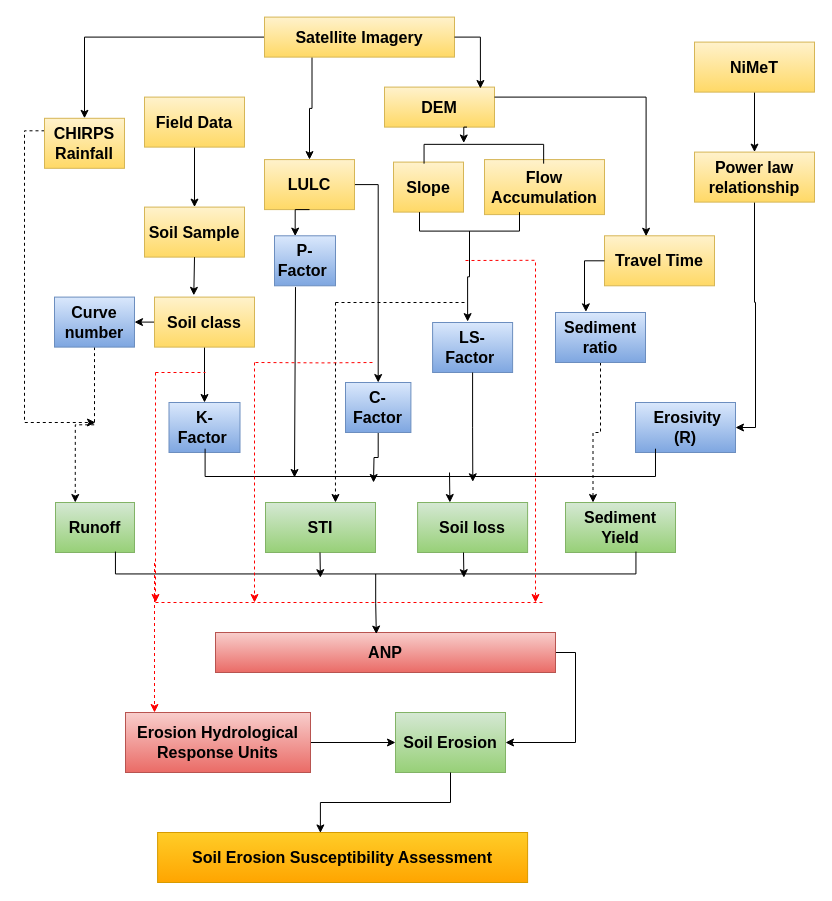
yemioke/PRISMA2020 keeps this draw.io diagram as objective 1.drawio. Above is the earlier version. Source tidied: cells renumbered, new cells numbered last; positions are measured from the earlier drawing's top-left corner, leaving out a move shared by most shapes. Both pictures are drawn from the tidied source at 100%, with x=0, y=0 at pixel (24, 17).
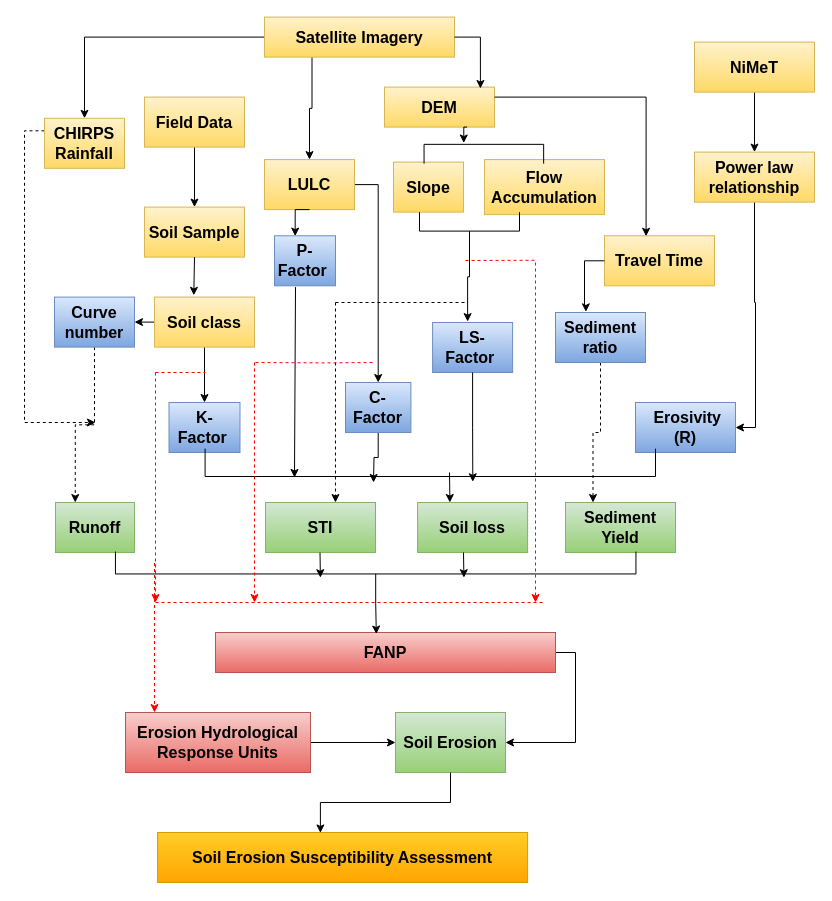
The same diagram, later.

The edit, as a diff of the source:
```diff
@@
-    <mxCell id="19" value="&lt;b&gt;&lt;font style=&quot;font-size: 16px;&quot;&gt;ANP&lt;/font&gt;&lt;/b&gt;" style="rounded=0;whiteSpace=wrap;html=1;fillColor=#f8cecc;gradientColor=#ea6b66;strokeColor=#b85450;" parent="1" vertex="1">
+    <mxCell id="19" value="&lt;b&gt;&lt;font style=&quot;font-size: 16px;&quot;&gt;FANP&lt;/font&gt;&lt;/b&gt;" style="rounded=0;whiteSpace=wrap;html=1;fillColor=#f8cecc;gradientColor=#ea6b66;strokeColor=#b85450;" parent="1" vertex="1">
       <mxGeometry x="191" y="615" width="340" height="40" as="geometry" />
     </mxCell>
```
